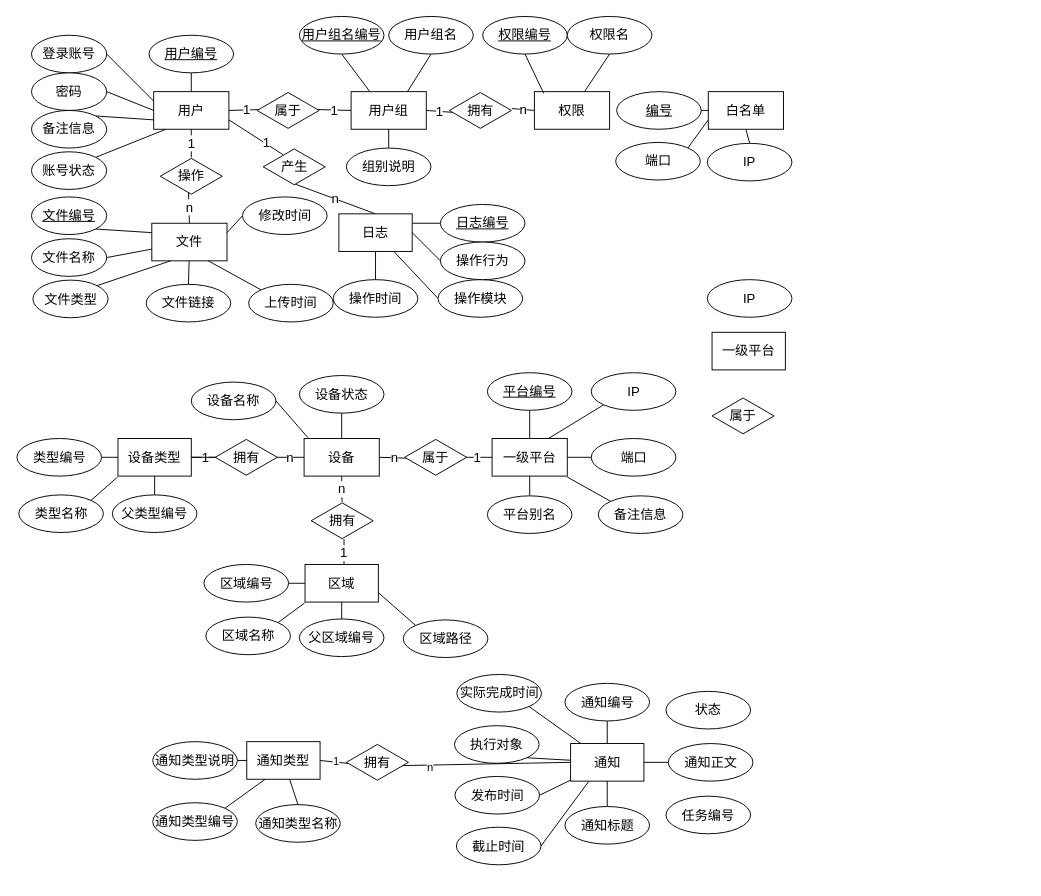
Earlier version of the draw.io diagram E-R.drawio (waterwatermelon/graph). Source tidied: cells renumbered, new cells numbered last; positions are measured from the earlier drawing's top-left corner, leaving out a move shared by most shapes. Both pictures are drawn from the tidied source at 94%, with x=0, y=0 at pixel (16, 16).
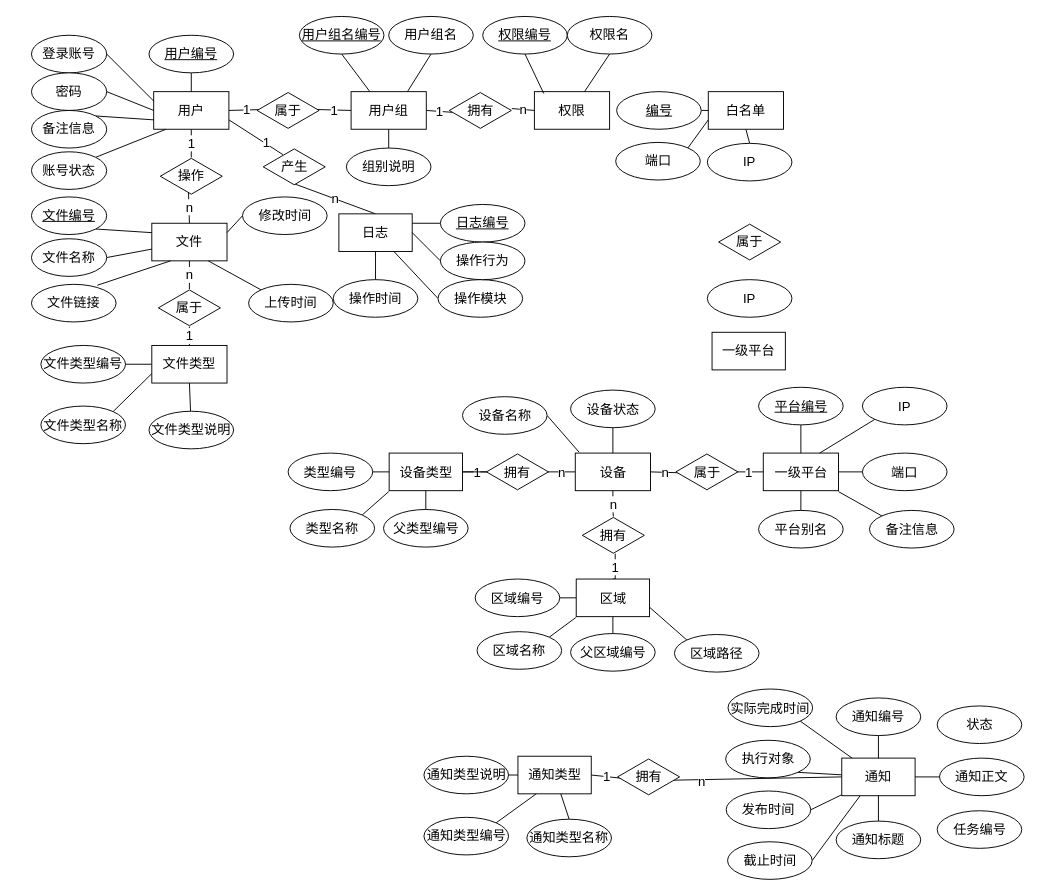
The same page after the edit.

Unchanged cells that the change refers to:
```xml
<mxCell id="53" value="文件" style="rounded=0;whiteSpace=wrap;html=1;fontSize=14;" parent="1" vertex="1">
  <mxGeometry x="144" y="220" width="80" height="40" as="geometry" />
</mxCell>
```

What changed in the source:
```diff
@@
     <mxCell id="31" value="设备" style="rounded=0;whiteSpace=wrap;html=1;fontSize=14;" parent="1" vertex="1">
-      <mxGeometry x="306" y="449" width="80" height="40" as="geometry" />
+      <mxGeometry x="594.5" y="464.5" width="80" height="40" as="geometry" />
     </mxCell>
@@
     <mxCell id="33" value="一级平台" style="rounded=0;whiteSpace=wrap;html=1;fontSize=14;" parent="1" vertex="1">
-      <mxGeometry x="506" y="449" width="80" height="40" as="geometry" />
+      <mxGeometry x="794.5" y="464.5" width="80" height="40" as="geometry" />
     </mxCell>
@@
     <mxCell id="35" value="设备名称" style="ellipse;whiteSpace=wrap;html=1;fontSize=14;" parent="1" vertex="1">
-      <mxGeometry x="186" y="389" width="90" height="40" as="geometry" />
+      <mxGeometry x="474.5" y="404.5" width="90" height="40" as="geometry" />
     </mxCell>
     <mxCell id="36" value="属于" style="html=1;whiteSpace=wrap;shape=isoRectangle;fontSize=14;" parent="1" vertex="1">
-      <mxGeometry x="413" y="449" width="66" height="40" as="geometry" />
+      <mxGeometry x="701.5" y="464.5" width="66" height="40" as="geometry" />
     </mxCell>
@@
     <mxCell id="39" value="&lt;u style=&quot;font-size: 14px;&quot;&gt;平台编号&lt;/u&gt;" style="ellipse;whiteSpace=wrap;html=1;fontSize=14;" parent="1" vertex="1">
-      <mxGeometry x="501" y="379" width="90" height="40" as="geometry" />
+      <mxGeometry x="789.5" y="394.5" width="90" height="40" as="geometry" />
     </mxCell>
@@
     <mxCell id="41" value="设备状态" style="ellipse;whiteSpace=wrap;html=1;fontSize=14;" parent="1" vertex="1">
-      <mxGeometry x="301" y="382" width="90" height="40" as="geometry" />
+      <mxGeometry x="589.5" y="397.5" width="90" height="40" as="geometry" />
     </mxCell>
@@
     <mxCell id="43" value="IP" style="ellipse;whiteSpace=wrap;html=1;fontSize=14;" parent="1" vertex="1">
-      <mxGeometry x="611.5" y="379" width="90" height="40" as="geometry" />
+      <mxGeometry x="900" y="394.5" width="90" height="40" as="geometry" />
     </mxCell>
@@
     <mxCell id="45" value="端口" style="ellipse;whiteSpace=wrap;html=1;fontSize=14;" parent="1" vertex="1">
-      <mxGeometry x="611.5" y="449" width="90" height="40" as="geometry" />
+      <mxGeometry x="900" y="464.5" width="90" height="40" as="geometry" />
     </mxCell>
@@
+    <mxCell id="140" value="n" style="edgeStyle=none;rounded=0;jettySize=auto;html=1;exitX=0.5;exitY=1;exitDx=0;exitDy=0;endArrow=none;endFill=0;fontSize=14;" parent="1" edge="1" source="53" target="141">
+      <mxGeometry relative="1" as="geometry" />
+    </mxCell>
@@
-    <mxCell id="57" style="edgeStyle=none;rounded=0;jettySize=auto;html=1;exitX=1;exitY=0;exitDx=0;exitDy=0;entryX=0.25;entryY=1;entryDx=0;entryDy=0;endArrow=none;endFill=0;fontSize=14;" parent="1" edge="1" source="58" target="53">
-      <mxGeometry relative="1" as="geometry" />
+    <mxCell id="57" style="edgeStyle=none;rounded=0;jettySize=auto;html=1;exitX=1;exitY=0;exitDx=0;exitDy=0;entryX=0.25;entryY=1;entryDx=0;entryDy=0;endArrow=none;endFill=0;fontSize=14;" parent="1" edge="1" target="53">
+      <mxGeometry relative="1" as="geometry">
+        <mxPoint x="86" y="286" as="sourcePoint" />
+      </mxGeometry>
     </mxCell>
-    <mxCell id="58" value="文件类型" style="ellipse;whiteSpace=wrap;html=1;fontSize=14;" parent="1" vertex="1">
-      <mxGeometry x="17.5" y="280.5" width="80" height="40" as="geometry" />
-    </mxCell>
-    <mxCell id="59" style="edgeStyle=none;rounded=0;jettySize=auto;html=1;endArrow=none;endFill=0;fontSize=14;" parent="1" edge="1" source="60" target="53">
-      <mxGeometry relative="1" as="geometry" />
-    </mxCell>
-    <mxCell id="60" value="文件链接" style="ellipse;whiteSpace=wrap;html=1;fontSize=14;" parent="1" vertex="1">
-      <mxGeometry x="138" y="285" width="90" height="40" as="geometry" />
-    </mxCell>
     <mxCell id="61" value="属于" style="html=1;whiteSpace=wrap;shape=isoRectangle;fontSize=14;" parent="1" vertex="1">
-      <mxGeometry x="740" y="405" width="66" height="40" as="geometry" />
+      <mxGeometry x="747" y="220" width="66" height="40" as="geometry" />
     </mxCell>
@@
     <mxCell id="77" value="区域" style="rounded=0;whiteSpace=wrap;html=1;fontSize=14;" parent="1" vertex="1">
-      <mxGeometry x="307" y="583" width="78" height="40" as="geometry" />
+      <mxGeometry x="595.5" y="598.5" width="78" height="40" as="geometry" />
     </mxCell>
     <mxCell id="78" value="拥有" style="html=1;whiteSpace=wrap;shape=isoRectangle;fontSize=14;" parent="1" vertex="1">
-      <mxGeometry x="313.5" y="516.5" width="66" height="40" as="geometry" />
+      <mxGeometry x="602" y="532" width="66" height="40" as="geometry" />
     </mxCell>
@@
     <mxCell id="80" value="区域编号" style="ellipse;whiteSpace=wrap;html=1;fontSize=14;" parent="1" vertex="1">
-      <mxGeometry x="199.5" y="583" width="90" height="40" as="geometry" />
+      <mxGeometry x="488" y="598.5" width="90" height="40" as="geometry" />
     </mxCell>
     <mxCell id="81" style="edgeStyle=none;rounded=0;jettySize=auto;html=1;exitX=1;exitY=0;exitDx=0;exitDy=0;endArrow=none;endFill=0;fontSize=14;" parent="1" edge="1" source="82">
       <mxGeometry relative="1" as="geometry">
-        <mxPoint x="306.5" y="624" as="targetPoint" />
+        <mxPoint x="595" y="639.5" as="targetPoint" />
       </mxGeometry>
     </mxCell>
     <mxCell id="82" value="区域名称" style="ellipse;whiteSpace=wrap;html=1;fontSize=14;" parent="1" vertex="1">
-      <mxGeometry x="201.5" y="639" width="90" height="40" as="geometry" />
+      <mxGeometry x="490" y="654.5" width="90" height="40" as="geometry" />
     </mxCell>
@@
     <mxCell id="84" value="父区域编号" style="ellipse;whiteSpace=wrap;html=1;fontSize=14;" parent="1" vertex="1">
-      <mxGeometry x="301" y="641" width="90" height="40" as="geometry" />
+      <mxGeometry x="589.5" y="656.5" width="90" height="40" as="geometry" />
     </mxCell>
@@
     <mxCell id="86" value="区域路径" style="ellipse;whiteSpace=wrap;html=1;fontSize=14;" parent="1" vertex="1">
-      <mxGeometry x="411.5" y="642" width="90" height="40" as="geometry" />
+      <mxGeometry x="700" y="657.5" width="90" height="40" as="geometry" />
     </mxCell>
@@
     <mxCell id="97" value="平台别名" style="ellipse;whiteSpace=wrap;html=1;fontSize=14;" parent="1" vertex="1">
-      <mxGeometry x="501" y="510" width="90" height="40" as="geometry" />
+      <mxGeometry x="789.5" y="525.5" width="90" height="40" as="geometry" />
     </mxCell>
@@
     <mxCell id="101" value="设备类型" style="rounded=0;whiteSpace=wrap;html=1;fontSize=14;" parent="1" vertex="1">
-      <mxGeometry x="108" y="449" width="78" height="40" as="geometry" />
+      <mxGeometry x="396.5" y="464.5" width="78" height="40" as="geometry" />
     </mxCell>
@@
     <mxCell id="103" value="类型编号" style="ellipse;whiteSpace=wrap;html=1;fontSize=14;" parent="1" vertex="1">
-      <mxGeometry x="0.5" y="449" width="90" height="40" as="geometry" />
+      <mxGeometry x="289" y="464.5" width="90" height="40" as="geometry" />
     </mxCell>
     <mxCell id="104" style="edgeStyle=none;rounded=0;jettySize=auto;html=1;exitX=1;exitY=0;exitDx=0;exitDy=0;endArrow=none;endFill=0;fontSize=14;" parent="1" edge="1" source="105">
       <mxGeometry relative="1" as="geometry">
-        <mxPoint x="107.5" y="490" as="targetPoint" />
+        <mxPoint x="396" y="505.5" as="targetPoint" />
       </mxGeometry>
     </mxCell>
     <mxCell id="105" value="类型名称" style="ellipse;whiteSpace=wrap;html=1;fontSize=14;" parent="1" vertex="1">
-      <mxGeometry x="2.5" y="509" width="90" height="40" as="geometry" />
+      <mxGeometry x="291" y="524.5" width="90" height="40" as="geometry" />
     </mxCell>
@@
     <mxCell id="107" value="拥有" style="html=1;whiteSpace=wrap;shape=isoRectangle;fontSize=14;" parent="1" vertex="1">
-      <mxGeometry x="211.5" y="449" width="66" height="40" as="geometry" />
+      <mxGeometry x="500" y="464.5" width="66" height="40" as="geometry" />
     </mxCell>
@@
     <mxCell id="109" value="父类型编号" style="ellipse;whiteSpace=wrap;html=1;fontSize=14;" parent="1" vertex="1">
-      <mxGeometry x="102" y="509" width="90" height="40" as="geometry" />
+      <mxGeometry x="390.5" y="524.5" width="90" height="40" as="geometry" />
     </mxCell>
     <mxCell id="110" value="任务编号" style="ellipse;whiteSpace=wrap;html=1;fontSize=14;" parent="1" vertex="1">
-      <mxGeometry x="691" y="829.5" width="90" height="40" as="geometry" />
+      <mxGeometry x="979.5" y="845" width="90" height="40" as="geometry" />
     </mxCell>
-    <mxCell id="111" style="edgeStyle=none;rounded=0;jettySize=auto;html=1;exitX=1;exitY=1;exitDx=0;exitDy=0;endArrow=none;endFill=0;" parent="1" edge="1" source="112" target="122">
+    <mxCell id="111" style="edgeStyle=none;rounded=0;jettySize=auto;html=1;exitX=1;exitY=1;exitDx=0;exitDy=0;endArrow=none;endFill=0;fontSize=14;" parent="1" edge="1" source="112" target="122">
       <mxGeometry relative="1" as="geometry" />
     </mxCell>
     <mxCell id="112" value="执行对象" style="ellipse;whiteSpace=wrap;html=1;fontSize=14;" parent="1" vertex="1">
-      <mxGeometry x="466" y="754.5" width="90" height="40" as="geometry" />
+      <mxGeometry x="754.5" y="770" width="90" height="40" as="geometry" />
     </mxCell>
-    <mxCell id="113" style="edgeStyle=none;rounded=0;jettySize=auto;html=1;exitX=1;exitY=0.5;exitDx=0;exitDy=0;endArrow=none;endFill=0;" parent="1" edge="1" source="114" target="122">
+    <mxCell id="113" style="edgeStyle=none;rounded=0;jettySize=auto;html=1;exitX=1;exitY=0.5;exitDx=0;exitDy=0;endArrow=none;endFill=0;fontSize=14;" parent="1" edge="1" source="114" target="122">
       <mxGeometry relative="1" as="geometry" />
     </mxCell>
     <mxCell id="114" value="发布时间" style="ellipse;whiteSpace=wrap;html=1;fontSize=14;" parent="1" vertex="1">
-      <mxGeometry x="466.5" y="808.5" width="90" height="40" as="geometry" />
+      <mxGeometry x="755" y="824" width="90" height="40" as="geometry" />
     </mxCell>
     <mxCell id="115" value="状态" style="ellipse;whiteSpace=wrap;html=1;fontSize=14;" parent="1" vertex="1">
-      <mxGeometry x="691" y="718" width="90" height="40" as="geometry" />
+      <mxGeometry x="979.5" y="733.5" width="90" height="40" as="geometry" />
     </mxCell>
-    <mxCell id="116" style="edgeStyle=none;rounded=0;jettySize=auto;html=1;exitX=1;exitY=1;exitDx=0;exitDy=0;endArrow=none;endFill=0;" parent="1" edge="1" source="117" target="122">
+    <mxCell id="116" style="edgeStyle=none;rounded=0;jettySize=auto;html=1;exitX=1;exitY=1;exitDx=0;exitDy=0;endArrow=none;endFill=0;fontSize=14;" parent="1" edge="1" source="117" target="122">
       <mxGeometry relative="1" as="geometry" />
     </mxCell>
     <mxCell id="117" value="实际完成时间" style="ellipse;whiteSpace=wrap;html=1;fontSize=14;" parent="1" vertex="1">
-      <mxGeometry x="468.5" y="700" width="90" height="40" as="geometry" />
+      <mxGeometry x="757" y="715.5" width="90" height="40" as="geometry" />
     </mxCell>
-    <mxCell id="118" style="edgeStyle=none;rounded=0;jettySize=auto;html=1;exitX=1;exitY=0.5;exitDx=0;exitDy=0;entryX=0.25;entryY=1;entryDx=0;entryDy=0;endArrow=none;endFill=0;" parent="1" edge="1" source="119" target="122">
+    <mxCell id="118" style="edgeStyle=none;rounded=0;jettySize=auto;html=1;exitX=1;exitY=0.5;exitDx=0;exitDy=0;entryX=0.25;entryY=1;entryDx=0;entryDy=0;endArrow=none;endFill=0;fontSize=14;" parent="1" edge="1" source="119" target="122">
       <mxGeometry relative="1" as="geometry" />
     </mxCell>
     <mxCell id="119" value="截止时间" style="ellipse;whiteSpace=wrap;html=1;fontSize=14;" parent="1" vertex="1">
-      <mxGeometry x="468" y="862.5" width="90" height="40" as="geometry" />
+      <mxGeometry x="756.5" y="878" width="90" height="40" as="geometry" />
     </mxCell>
-    <mxCell id="120" style="edgeStyle=none;rounded=0;jettySize=auto;html=1;exitX=0;exitY=0.5;exitDx=0;exitDy=0;entryX=0.864;entryY=0.588;entryDx=0;entryDy=0;entryPerimeter=0;endArrow=none;endFill=0;" parent="1" edge="1" source="122" target="139">
+    <mxCell id="120" style="edgeStyle=none;rounded=0;jettySize=auto;html=1;exitX=0;exitY=0.5;exitDx=0;exitDy=0;entryX=0.864;entryY=0.588;entryDx=0;entryDy=0;entryPerimeter=0;endArrow=none;endFill=0;fontSize=14;" parent="1" edge="1" source="122" target="139">
       <mxGeometry relative="1" as="geometry" />
     </mxCell>
-    <mxCell id="121" value="n" style="text;html=1;align=center;verticalAlign=middle;labelBackgroundColor=#ffffff;" parent="120" vertex="1">
+    <mxCell id="121" value="n" style="text;html=1;align=center;verticalAlign=middle;labelBackgroundColor=#ffffff;fontSize=14;" parent="120" vertex="1">
       <mxGeometry x="0.65" y="2" relative="1" as="geometry" />
     </mxCell>
     <mxCell id="122" value="通知" style="rounded=0;whiteSpace=wrap;html=1;fontSize=14;" parent="1" vertex="1">
-      <mxGeometry x="589.5" y="773.5" width="78" height="40" as="geometry" />
+      <mxGeometry x="878" y="789" width="78" height="40" as="geometry" />
     </mxCell>
-    <mxCell id="123" style="edgeStyle=none;rounded=0;jettySize=auto;html=1;exitX=0.5;exitY=1;exitDx=0;exitDy=0;endArrow=none;endFill=0;" parent="1" edge="1" source="124" target="122">
+    <mxCell id="123" style="edgeStyle=none;rounded=0;jettySize=auto;html=1;exitX=0.5;exitY=1;exitDx=0;exitDy=0;endArrow=none;endFill=0;fontSize=14;" parent="1" edge="1" source="124" target="122">
       <mxGeometry relative="1" as="geometry" />
     </mxCell>
     <mxCell id="124" value="通知编号" style="ellipse;whiteSpace=wrap;html=1;fontSize=14;" parent="1" vertex="1">
-      <mxGeometry x="583.5" y="709.5" width="90" height="40" as="geometry" />
+      <mxGeometry x="872" y="725" width="90" height="40" as="geometry" />
     </mxCell>
-    <mxCell id="125" style="edgeStyle=none;rounded=0;jettySize=auto;html=1;exitX=0.5;exitY=0;exitDx=0;exitDy=0;endArrow=none;endFill=0;" parent="1" edge="1" source="126" target="122">
+    <mxCell id="125" style="edgeStyle=none;rounded=0;jettySize=auto;html=1;exitX=0.5;exitY=0;exitDx=0;exitDy=0;endArrow=none;endFill=0;fontSize=14;" parent="1" edge="1" source="126" target="122">
       <mxGeometry relative="1" as="geometry" />
     </mxCell>
     <mxCell id="126" value="通知标题" style="ellipse;whiteSpace=wrap;html=1;fontSize=14;" parent="1" vertex="1">
-      <mxGeometry x="583.5" y="840.5" width="90" height="40" as="geometry" />
+      <mxGeometry x="872" y="856" width="90" height="40" as="geometry" />
     </mxCell>
-    <mxCell id="127" style="edgeStyle=none;rounded=0;jettySize=auto;html=1;exitX=0;exitY=0.5;exitDx=0;exitDy=0;endArrow=none;endFill=0;" parent="1" edge="1" source="128" target="122">
+    <mxCell id="127" style="edgeStyle=none;rounded=0;jettySize=auto;html=1;exitX=0;exitY=0.5;exitDx=0;exitDy=0;endArrow=none;endFill=0;fontSize=14;" parent="1" edge="1" source="128" target="122">
       <mxGeometry relative="1" as="geometry" />
     </mxCell>
     <mxCell id="128" value="通知正文" style="ellipse;whiteSpace=wrap;html=1;fontSize=14;" parent="1" vertex="1">
-      <mxGeometry x="693.5" y="773.5" width="90" height="40" as="geometry" />
+      <mxGeometry x="982" y="789" width="90" height="40" as="geometry" />
     </mxCell>
-    <mxCell id="129" style="edgeStyle=none;rounded=0;jettySize=auto;html=1;exitX=0;exitY=0;exitDx=0;exitDy=0;endArrow=none;endFill=0;" parent="1" edge="1" source="130">
+    <mxCell id="129" style="edgeStyle=none;rounded=0;jettySize=auto;html=1;exitX=0;exitY=0;exitDx=0;exitDy=0;endArrow=none;endFill=0;fontSize=14;" parent="1" edge="1" source="130">
       <mxGeometry relative="1" as="geometry">
-        <mxPoint x="586" y="490" as="targetPoint" />
+        <mxPoint x="874.5" y="505.5" as="targetPoint" />
       </mxGeometry>
     </mxCell>
     <mxCell id="130" value="备注信息" style="ellipse;whiteSpace=wrap;html=1;fontSize=14;" parent="1" vertex="1">
-      <mxGeometry x="619" y="510" width="90" height="40" as="geometry" />
+      <mxGeometry x="907.5" y="525.5" width="90" height="40" as="geometry" />
     </mxCell>
-    <mxCell id="131" value="1" style="edgeStyle=none;rounded=0;jettySize=auto;html=1;exitX=1;exitY=0.5;exitDx=0;exitDy=0;entryX=0.076;entryY=0.538;entryDx=0;entryDy=0;entryPerimeter=0;endArrow=none;endFill=0;" parent="1" edge="1" source="132" target="139">
+    <mxCell id="131" value="1" style="edgeStyle=none;rounded=0;jettySize=auto;html=1;exitX=1;exitY=0.5;exitDx=0;exitDy=0;entryX=0.076;entryY=0.538;entryDx=0;entryDy=0;entryPerimeter=0;endArrow=none;endFill=0;fontSize=14;" parent="1" edge="1" source="132" target="139">
       <mxGeometry relative="1" as="geometry" />
     </mxCell>
     <mxCell id="132" value="通知类型" style="rounded=0;whiteSpace=wrap;html=1;fontSize=14;" parent="1" vertex="1">
-      <mxGeometry x="245" y="771.5" width="78" height="40" as="geometry" />
+      <mxGeometry x="533.5" y="787" width="78" height="40" as="geometry" />
     </mxCell>
-    <mxCell id="133" style="edgeStyle=none;rounded=0;jettySize=auto;html=1;exitX=1;exitY=0;exitDx=0;exitDy=0;entryX=0.25;entryY=1;entryDx=0;entryDy=0;endArrow=none;endFill=0;" parent="1" edge="1" source="134" target="132">
+    <mxCell id="133" style="edgeStyle=none;rounded=0;jettySize=auto;html=1;exitX=1;exitY=0;exitDx=0;exitDy=0;entryX=0.25;entryY=1;entryDx=0;entryDy=0;endArrow=none;endFill=0;fontSize=14;" parent="1" edge="1" source="134" target="132">
       <mxGeometry relative="1" as="geometry" />
     </mxCell>
     <mxCell id="134" value="通知类型编号" style="ellipse;whiteSpace=wrap;html=1;fontSize=14;" parent="1" vertex="1">
-      <mxGeometry x="145" y="836.5" width="90" height="40" as="geometry" />
+      <mxGeometry x="433.5" y="852" width="90" height="40" as="geometry" />
     </mxCell>
-    <mxCell id="135" style="edgeStyle=none;rounded=0;jettySize=auto;html=1;exitX=0.5;exitY=0;exitDx=0;exitDy=0;endArrow=none;endFill=0;" parent="1" edge="1" source="136" target="132">
+    <mxCell id="135" style="edgeStyle=none;rounded=0;jettySize=auto;html=1;exitX=0.5;exitY=0;exitDx=0;exitDy=0;endArrow=none;endFill=0;fontSize=14;" parent="1" edge="1" source="136" target="132">
       <mxGeometry relative="1" as="geometry" />
     </mxCell>
     <mxCell id="136" value="通知类型名称" style="ellipse;whiteSpace=wrap;html=1;fontSize=14;" parent="1" vertex="1">
-      <mxGeometry x="254.5" y="838.5" width="90" height="40" as="geometry" />
+      <mxGeometry x="543" y="854" width="90" height="40" as="geometry" />
     </mxCell>
-    <mxCell id="137" style="edgeStyle=none;rounded=0;jettySize=auto;html=1;exitX=1;exitY=0.5;exitDx=0;exitDy=0;endArrow=none;endFill=0;" parent="1" edge="1" source="138" target="132">
+    <mxCell id="137" style="edgeStyle=none;rounded=0;jettySize=auto;html=1;exitX=1;exitY=0.5;exitDx=0;exitDy=0;endArrow=none;endFill=0;fontSize=14;" parent="1" edge="1" source="138" target="132">
       <mxGeometry relative="1" as="geometry" />
     </mxCell>
     <mxCell id="138" value="通知类型说明" style="ellipse;whiteSpace=wrap;html=1;fontSize=14;" parent="1" vertex="1">
-      <mxGeometry x="145" y="771.5" width="90" height="40" as="geometry" />
+      <mxGeometry x="433.5" y="787" width="90" height="40" as="geometry" />
     </mxCell>
     <mxCell id="139" value="拥有" style="html=1;whiteSpace=wrap;shape=isoRectangle;fontSize=14;" parent="1" vertex="1">
-      <mxGeometry x="351" y="773.5" width="66" height="40" as="geometry" />
+      <mxGeometry x="639.5" y="789" width="66" height="40" as="geometry" />
     </mxCell>
+    <mxCell id="60" value="文件链接" style="ellipse;whiteSpace=wrap;html=1;fontSize=14;" parent="1" vertex="1">
+      <mxGeometry x="16" y="285" width="90" height="40" as="geometry" />
+    </mxCell>
+    <mxCell id="141" value="属于" style="html=1;whiteSpace=wrap;shape=isoRectangle;fontSize=14;" parent="1" vertex="1">
+      <mxGeometry x="151" y="290" width="66" height="40" as="geometry" />
+    </mxCell>
+    <mxCell id="142" style="rounded=0;jettySize=auto;html=1;exitX=0;exitY=0.5;exitDx=0;exitDy=0;entryX=1;entryY=0.5;entryDx=0;entryDy=0;endArrow=none;endFill=0;fontSize=14;" parent="1" edge="1" source="58" target="145">
+      <mxGeometry relative="1" as="geometry" />
+    </mxCell>
+    <mxCell id="143" style="edgeStyle=none;rounded=0;jettySize=auto;html=1;exitX=0.5;exitY=1;exitDx=0;exitDy=0;endArrow=none;endFill=0;fontSize=14;" parent="1" edge="1" source="58" target="146">
+      <mxGeometry relative="1" as="geometry" />
+    </mxCell>
+    <mxCell id="144" value="1" style="edgeStyle=none;rounded=0;jettySize=auto;html=1;exitX=0.5;exitY=0;exitDx=0;exitDy=0;endArrow=none;endFill=0;fontSize=14;" parent="1" edge="1" source="58" target="141">
+      <mxGeometry relative="1" as="geometry" />
+    </mxCell>
+    <mxCell id="58" value="文件类型" style="rounded=0;whiteSpace=wrap;html=1;fontSize=14;" parent="1" vertex="1">
+      <mxGeometry x="144" y="350" width="80" height="40" as="geometry" />
+    </mxCell>
+    <mxCell id="145" value="文件类型编号" style="ellipse;whiteSpace=wrap;html=1;fontSize=14;" parent="1" vertex="1">
+      <mxGeometry x="26" y="350" width="90" height="40" as="geometry" />
+    </mxCell>
+    <mxCell id="146" value="文件类型说明" style="ellipse;whiteSpace=wrap;html=1;fontSize=14;" parent="1" vertex="1">
+      <mxGeometry x="141" y="420" width="90" height="40" as="geometry" />
+    </mxCell>
+    <mxCell id="147" style="rounded=0;jettySize=auto;html=1;exitX=1;exitY=0;exitDx=0;exitDy=0;entryX=0;entryY=0.75;entryDx=0;entryDy=0;endArrow=none;endFill=0;fontSize=14;" parent="1" edge="1" source="148" target="58">
+      <mxGeometry relative="1" as="geometry" />
+    </mxCell>
+    <mxCell id="148" value="文件类型名称" style="ellipse;whiteSpace=wrap;html=1;fontSize=14;" parent="1" vertex="1">
+      <mxGeometry x="26" y="414.5" width="90" height="40" as="geometry" />
+    </mxCell>
```
